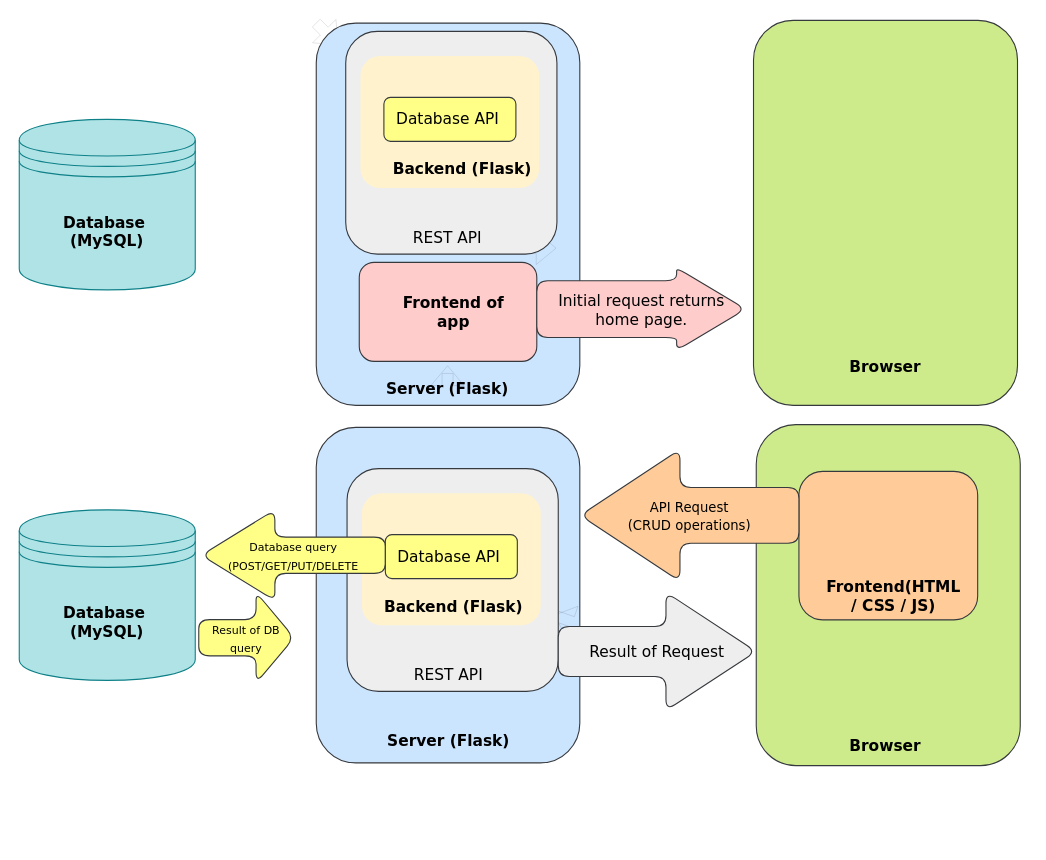
The draw.io diagram architecture.drawio in Monicalr0/Hackathon-project-Financial-Portfolio, before the edit. Source tidied: cells renumbered, new cells numbered last; positions are measured from the earlier drawing's top-left corner, leaving out a move shared by most shapes. Both pictures are drawn from the tidied source at 110%, with x=0, y=0 at pixel (19, 20).
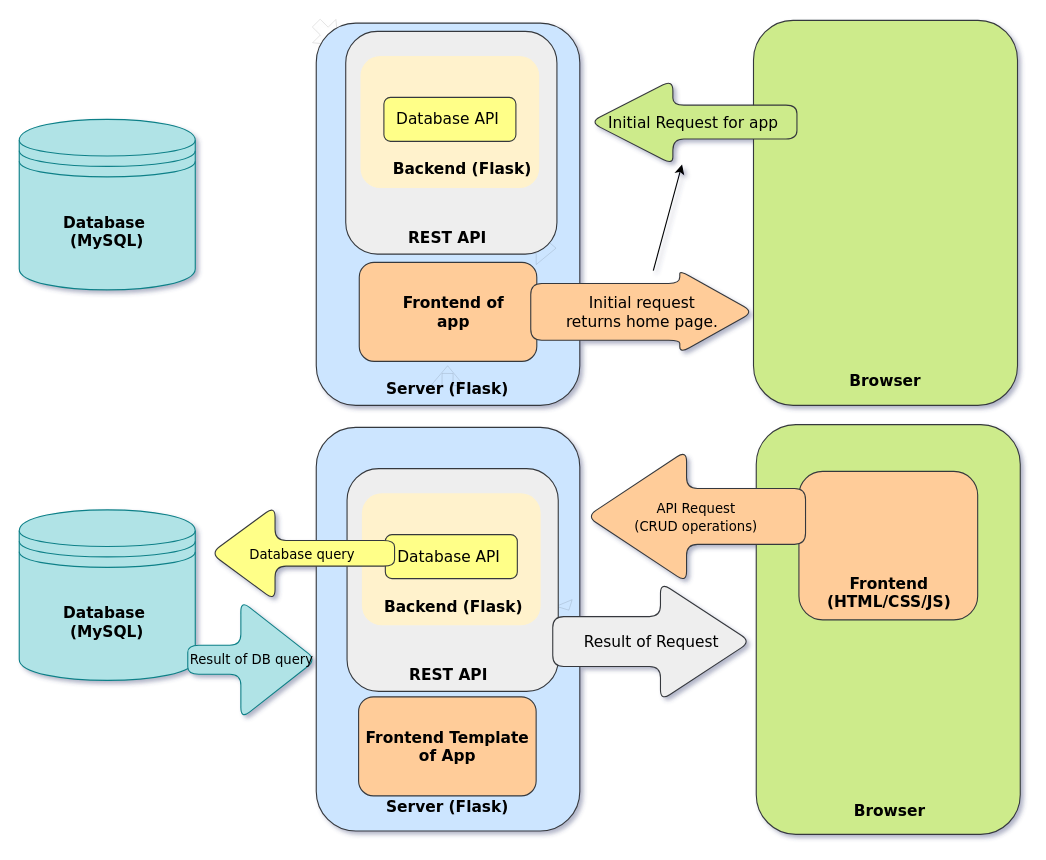
After the change.

Commit message:
finalized architecture

Diff of the diagram source:
```diff
@@
-<mxGraphModel background="#ffffff">
+<mxGraphModel background="#ffffff" shadow="1">
@@
     <mxCell id="2" style="rounded=1;whiteSpace=wrap;html=1;fontFamily=Verdana;fontSize=14;fillColor=#cce5ff;strokeColor=#36393d;" parent="1" vertex="1">
-      <mxGeometry x="270" y="370" width="239.6" height="305" as="geometry" />
+      <mxGeometry x="270" y="370" width="239.6" height="367" as="geometry" />
     </mxCell>
@@
     <mxCell id="5" value="&lt;b&gt;Server (Flask)&lt;/b&gt;" style="text;html=1;strokeColor=none;fillColor=none;align=center;verticalAlign=middle;whiteSpace=wrap;rounded=0;fontFamily=Verdana;fontSize=14;fontColor=#000000;" parent="1" vertex="1">
-      <mxGeometry x="331.5" y="640" width="117" height="30" as="geometry" />
+      <mxGeometry x="330.8" y="700" width="117" height="30" as="geometry" />
     </mxCell>
     <mxCell id="6" style="rounded=1;whiteSpace=wrap;html=1;fontFamily=Verdana;fontSize=14;fillColor=#cdeb8b;strokeColor=#36393d;imageWidth=24;" parent="1" vertex="1">
-      <mxGeometry x="670" y="367.5" width="240" height="310" as="geometry" />
+      <mxGeometry x="670" y="367.5" width="240" height="372.5" as="geometry" />
     </mxCell>
     <mxCell id="7" value="&lt;b&gt;Browser&lt;/b&gt;" style="text;html=1;strokeColor=none;fillColor=none;align=center;verticalAlign=middle;whiteSpace=wrap;rounded=0;fontFamily=Verdana;fontSize=14;fontColor=#000000;" parent="1" vertex="1">
-      <mxGeometry x="740" y="645" width="95" height="30" as="geometry" />
+      <mxGeometry x="743.5" y="704" width="95" height="30" as="geometry" />
     </mxCell>
@@
-    <mxCell id="10" value="&lt;b&gt;&lt;font style=&quot;font-size: 14px;&quot;&gt;Frontend(HTML / CSS / JS)&lt;/font&gt;&lt;/b&gt;" style="text;html=1;strokeColor=none;fillColor=none;align=center;verticalAlign=middle;whiteSpace=wrap;rounded=0;fontFamily=Verdana;fontSize=12;fontColor=#000000;" parent="1" vertex="1">
-      <mxGeometry x="740" y="507.5" width="110" height="30" as="geometry" />
+    <mxCell id="10" value="&lt;b&gt;&lt;font style=&quot;font-size: 14px;&quot;&gt;Frontend&lt;br&gt;(HTML/CSS/JS)&lt;/font&gt;&lt;/b&gt;" style="text;html=1;strokeColor=none;fillColor=none;align=center;verticalAlign=middle;whiteSpace=wrap;rounded=0;fontFamily=Verdana;fontSize=12;fontColor=#000000;" parent="1" vertex="1">
+      <mxGeometry x="736" y="504.5" width="110" height="30" as="geometry" />
     </mxCell>
@@
     <mxCell id="18" value="&lt;b&gt;Browser&lt;/b&gt;" style="text;html=1;strokeColor=none;fillColor=none;align=center;verticalAlign=middle;whiteSpace=wrap;rounded=0;fontFamily=Verdana;fontSize=14;fontColor=#000000;" parent="1" vertex="1">
-      <mxGeometry x="740" y="300" width="95" height="30" as="geometry" />
+      <mxGeometry x="740" y="313" width="95" height="30" as="geometry" />
     </mxCell>
@@
-    <mxCell id="22" style="rounded=1;whiteSpace=wrap;html=1;fontFamily=Verdana;fontSize=14;fillColor=#ffcccc;strokeColor=#36393d;" parent="1" vertex="1">
+    <mxCell id="22" style="rounded=1;whiteSpace=wrap;html=1;fontFamily=Verdana;fontSize=14;fillColor=#ffcc99;strokeColor=#36393d;" parent="1" vertex="1">
       <mxGeometry x="309.1" y="220" width="161.4" height="90" as="geometry" />
     </mxCell>
@@
+    <mxCell id="36" style="edgeStyle=none;html=1;fontSize=12;fontColor=#000000;" parent="1" edge="1" source="24" target="37">
+      <mxGeometry relative="1" as="geometry" />
+    </mxCell>
-    <mxCell id="24" value="&lt;font color=&quot;#000000&quot;&gt;Initial request returns home page.&lt;/font&gt;" style="shape=singleArrow;whiteSpace=wrap;html=1;arrowWidth=0.6888888888888886;arrowSize=0.3309337227918965;fontSize=14;fontFamily=Verdana;fillColor=#ffcccc;strokeColor=#36393d;rounded=1;" parent="1" vertex="1">
-      <mxGeometry x="470.5" y="225" width="190" height="75" as="geometry" />
+    <mxCell id="24" value="&lt;font color=&quot;#000000&quot;&gt;Initial request &lt;br&gt;returns home page.&lt;/font&gt;" style="shape=singleArrow;whiteSpace=wrap;html=1;arrowWidth=0.6888888888888886;arrowSize=0.3309337227918965;fontSize=14;fontFamily=Verdana;fillColor=#ffcc99;strokeColor=#36393d;rounded=1;align=center;" parent="1" vertex="1">
+      <mxGeometry x="465" y="227.5" width="202.5" height="75" as="geometry" />
     </mxCell>
@@
-    <mxCell id="26" value="REST API" style="text;html=1;strokeColor=none;fillColor=none;align=center;verticalAlign=middle;whiteSpace=wrap;rounded=0;fontFamily=Verdana;fontSize=14;fontColor=#000000;" parent="1" vertex="1">
+    <mxCell id="26" value="&lt;b&gt;REST API&lt;/b&gt;" style="text;html=1;strokeColor=none;fillColor=none;align=center;verticalAlign=middle;whiteSpace=wrap;rounded=0;fontFamily=Verdana;fontSize=14;fontColor=#000000;" parent="1" vertex="1">
       <mxGeometry x="350.1" y="580" width="80.7" height="30" as="geometry" />
     </mxCell>
     <mxCell id="27" value="&lt;font color=&quot;#000000&quot;&gt;Result of Request&lt;/font&gt;" style="shape=singleArrow;whiteSpace=wrap;html=1;arrowWidth=0.4225256631540666;arrowSize=0.4559338265528248;fontSize=14;fontFamily=Verdana;fillColor=#eeeeee;strokeColor=#36393d;rounded=1;" parent="1" vertex="1">
-      <mxGeometry x="490" y="520" width="180" height="107.5" as="geometry" />
+      <mxGeometry x="485" y="511" width="180" height="107.5" as="geometry" />
     </mxCell>
     <mxCell id="28" value="&lt;font color=&quot;#000000&quot;&gt;&lt;font style=&quot;font-size: 12px;&quot;&gt;API Request&lt;br&gt;(CRUD operations)&lt;/font&gt;&lt;br&gt;&lt;/font&gt;" style="shape=singleArrow;whiteSpace=wrap;html=1;arrowWidth=0.4225256631540666;arrowSize=0.4559338265528248;fontSize=14;fontFamily=Verdana;fillColor=#ffcc99;strokeColor=#36393d;rounded=1;direction=west;" parent="1" vertex="1">
-      <mxGeometry x="510" y="390" width="198.8" height="120" as="geometry" />
+      <mxGeometry x="516" y="391" width="198.8" height="120" as="geometry" />
     </mxCell>
-    <mxCell id="29" value="&lt;font color=&quot;#000000&quot;&gt;&lt;span style=&quot;font-size: 10px;&quot;&gt;Result of DB query&lt;/span&gt;&lt;br&gt;&lt;/font&gt;" style="shape=singleArrow;whiteSpace=wrap;html=1;arrowWidth=0.4;arrowSize=0.4;fontSize=14;fontFamily=Verdana;fillColor=#ffff88;strokeColor=#36393d;rounded=1;direction=east;" parent="1" vertex="1">
-      <mxGeometry x="163.2" y="520" width="86.8" height="82.5" as="geometry" />
+    <mxCell id="29" value="&lt;font color=&quot;#000000&quot;&gt;&lt;font style=&quot;font-size: 12px;&quot;&gt;Result of DB query&lt;/font&gt;&lt;br&gt;&lt;/font&gt;" style="shape=singleArrow;whiteSpace=wrap;html=1;arrowWidth=0.244443547692842;arrowSize=0.5868532293288888;fontSize=14;fontFamily=Verdana;fillColor=#b0e3e6;strokeColor=#0e8088;rounded=1;direction=east;" parent="1" vertex="1">
+      <mxGeometry x="153.2" y="527.5" width="116.8" height="107.5" as="geometry" />
     </mxCell>
-    <mxCell id="30" value="&lt;font color=&quot;#000000&quot;&gt;&lt;font style=&quot;font-size: 10px;&quot;&gt;Database query&lt;br&gt;(POST/GET/PUT/DELETE&lt;/font&gt;&lt;br&gt;&lt;/font&gt;" style="shape=singleArrow;whiteSpace=wrap;html=1;arrowWidth=0.4;arrowSize=0.4;fontSize=14;fontFamily=Verdana;fillColor=#ffff88;strokeColor=#36393d;rounded=1;direction=west;" parent="1" vertex="1">
-      <mxGeometry x="165.5" y="445" width="167.2" height="82.5" as="geometry" />
+    <mxCell id="30" value="&lt;font color=&quot;#000000&quot;&gt;&lt;font style=&quot;font-size: 12px;&quot;&gt;Database query&lt;/font&gt;&lt;br&gt;&lt;/font&gt;" style="shape=singleArrow;whiteSpace=wrap;html=1;arrowWidth=0.271319012309231;arrowSize=0.3501080568595842;fontSize=14;fontFamily=Verdana;fillColor=#ffff88;strokeColor=#36393d;rounded=1;direction=west;" parent="1" vertex="1">
+      <mxGeometry x="174" y="441.5" width="167.2" height="86" as="geometry" />
     </mxCell>
@@
-    <mxCell id="35" value="REST API" style="text;html=1;strokeColor=none;fillColor=none;align=center;verticalAlign=middle;whiteSpace=wrap;rounded=0;fontFamily=Verdana;fontSize=14;fontColor=#000000;" parent="1" vertex="1">
+    <mxCell id="35" value="&lt;b&gt;REST API&lt;/b&gt;" style="text;html=1;strokeColor=none;fillColor=none;align=center;verticalAlign=middle;whiteSpace=wrap;rounded=0;fontFamily=Verdana;fontSize=14;fontColor=#000000;" parent="1" vertex="1">
       <mxGeometry x="348.9" y="182.5" width="80.7" height="30" as="geometry" />
     </mxCell>
+    <mxCell id="37" value="&lt;font color=&quot;#000000&quot;&gt;Initial Request for app&lt;/font&gt;" style="shape=singleArrow;whiteSpace=wrap;html=1;arrowWidth=0.4;arrowSize=0.4;fontSize=14;fontFamily=Verdana;fillColor=#cdeb8b;strokeColor=#36393d;rounded=1;direction=west;" parent="1" vertex="1">
+      <mxGeometry x="519" y="54" width="188" height="77" as="geometry" />
+    </mxCell>
+    <mxCell id="38" value="&lt;font color=&quot;#000000&quot;&gt;&lt;b&gt;Frontend Template&lt;br&gt;of App&lt;/b&gt;&lt;/font&gt;" style="rounded=1;whiteSpace=wrap;html=1;fontFamily=Verdana;fontSize=14;fillColor=#ffcc99;strokeColor=#36393d;" parent="1" vertex="1">
+      <mxGeometry x="308.5" y="615" width="161.4" height="90" as="geometry" />
+    </mxCell>
```
